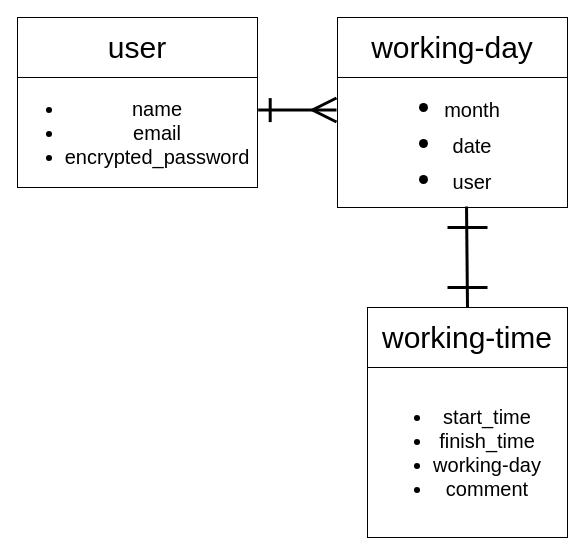
Above: ER.dio in shuto012/shift-submit-app (draw.io), before the change. Source tidied: cells renumbered, new cells numbered last; positions are measured from the earlier drawing's top-left corner, leaving out a move shared by most shapes. Both pictures are drawn from the tidied source at 100%, with x=0, y=0 at pixel (17, 17).
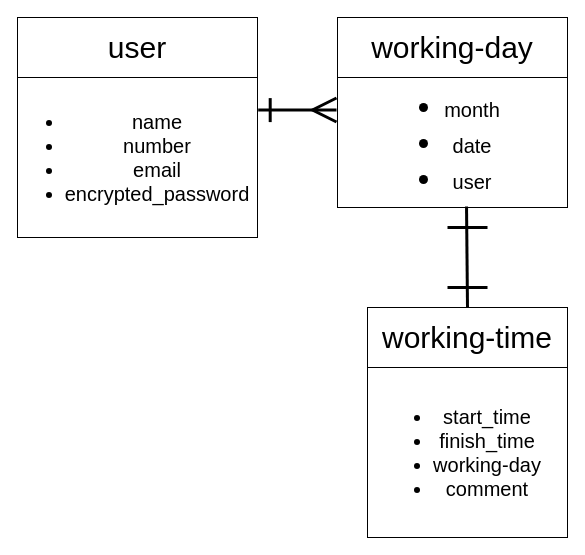
Above is the later version.

Commit message (it also covers changes not shown here):
README　テーブル設計

What changed in the source:
```diff
@@
 <mxGraphModel>
   <root>
     <mxCell id="0" />
     <mxCell id="1" parent="0" />
     <mxCell id="2" value="&lt;font style=&quot;font-size: 30px&quot;&gt;user&lt;/font&gt;" style="whiteSpace=wrap;html=1;" parent="1" vertex="1">
       <mxGeometry width="240" height="60" as="geometry" />
     </mxCell>
-    <mxCell id="3" value="&lt;ul style=&quot;font-size: 20px&quot;&gt;&lt;li&gt;name&lt;/li&gt;&lt;li&gt;email&lt;/li&gt;&lt;li&gt;encrypted_password&lt;/li&gt;&lt;/ul&gt;" style="whiteSpace=wrap;html=1;fontSize=30;" parent="1" vertex="1">
-      <mxGeometry y="60" width="240" height="110" as="geometry" />
+    <mxCell id="3" value="&lt;ul style=&quot;font-size: 20px&quot;&gt;&lt;li&gt;name&lt;/li&gt;&lt;li&gt;number&lt;/li&gt;&lt;li&gt;email&lt;/li&gt;&lt;li&gt;encrypted_password&lt;/li&gt;&lt;/ul&gt;" style="whiteSpace=wrap;html=1;fontSize=30;" parent="1" vertex="1">
+      <mxGeometry y="60" width="240" height="160" as="geometry" />
     </mxCell>
     <mxCell id="4" value="&lt;font style=&quot;font-size: 30px&quot;&gt;working-time&lt;/font&gt;" style="whiteSpace=wrap;html=1;fontSize=20;" parent="1" vertex="1">
       <mxGeometry x="350" y="290" width="200" height="60" as="geometry" />
     </mxCell>
     <mxCell id="5" value="&lt;ul&gt;&lt;li&gt;start_time&lt;/li&gt;&lt;li&gt;finish_time&lt;/li&gt;&lt;li&gt;working-day&lt;/li&gt;&lt;li&gt;comment&lt;/li&gt;&lt;/ul&gt;" style="whiteSpace=wrap;html=1;fontSize=20;" parent="1" vertex="1">
       <mxGeometry x="350" y="350" width="200" height="170" as="geometry" />
     </mxCell>
     <mxCell id="6" value="working-day" style="whiteSpace=wrap;html=1;fontSize=30;" parent="1" vertex="1">
       <mxGeometry x="320" width="230" height="60" as="geometry" />
     </mxCell>
     <mxCell id="7" value="&lt;div&gt;&lt;ul&gt;&lt;li&gt;&lt;font style=&quot;font-size: 20px&quot;&gt;month&lt;/font&gt;&lt;/li&gt;&lt;li&gt;&lt;font style=&quot;font-size: 20px&quot;&gt;date&lt;/font&gt;&lt;/li&gt;&lt;li&gt;&lt;font style=&quot;font-size: 20px&quot;&gt;user&lt;/font&gt;&lt;/li&gt;&lt;/ul&gt;&lt;/div&gt;" style="whiteSpace=wrap;html=1;fontSize=30;" parent="1" vertex="1">
       <mxGeometry x="320" y="60" width="230" height="130" as="geometry" />
     </mxCell>
     <mxCell id="8" style="edgeStyle=entityRelationEdgeStyle;fontSize=12;html=1;endArrow=ERmany;startArrow=ERone;entryX=0;entryY=0.25;entryDx=0;entryDy=0;exitX=1.007;exitY=0.296;exitDx=0;exitDy=0;exitPerimeter=0;startFill=0;endFill=0;endSize=20;startSize=20;targetPerimeterSpacing=22;strokeWidth=3;spacingLeft=0;" parent="1" edge="1">
       <mxGeometry relative="1" as="geometry">
         <mxPoint x="240.7" y="92.6" as="sourcePoint" />
         <mxPoint x="319" y="92.5" as="targetPoint" />
       </mxGeometry>
     </mxCell>
     <mxCell id="9" style="endArrow=none;html=1;rounded=0;fontSize=20;startSize=20;endSize=20;targetPerimeterSpacing=22;strokeWidth=3;entryX=0.5;entryY=0;entryDx=0;entryDy=0;exitX=0.561;exitY=0.992;exitDx=0;exitDy=0;exitPerimeter=0;" parent="1" edge="1" source="7" target="4">
       <mxGeometry relative="1" as="geometry" />
     </mxCell>
     <mxCell id="10" style="endArrow=none;html=1;rounded=0;fontSize=20;startSize=20;endSize=20;targetPerimeterSpacing=22;strokeWidth=3;" parent="1" edge="1">
       <mxGeometry relative="1" as="geometry">
         <mxPoint x="430" y="270" as="sourcePoint" />
         <mxPoint x="470" y="270" as="targetPoint" />
       </mxGeometry>
     </mxCell>
     <mxCell id="11" style="endArrow=none;html=1;rounded=0;fontSize=20;startSize=20;endSize=20;targetPerimeterSpacing=22;strokeWidth=3;" parent="1" edge="1">
       <mxGeometry relative="1" as="geometry">
         <mxPoint x="430" y="210" as="sourcePoint" />
         <mxPoint x="470" y="210" as="targetPoint" />
       </mxGeometry>
     </mxCell>
   </root>
 </mxGraphModel>
```
